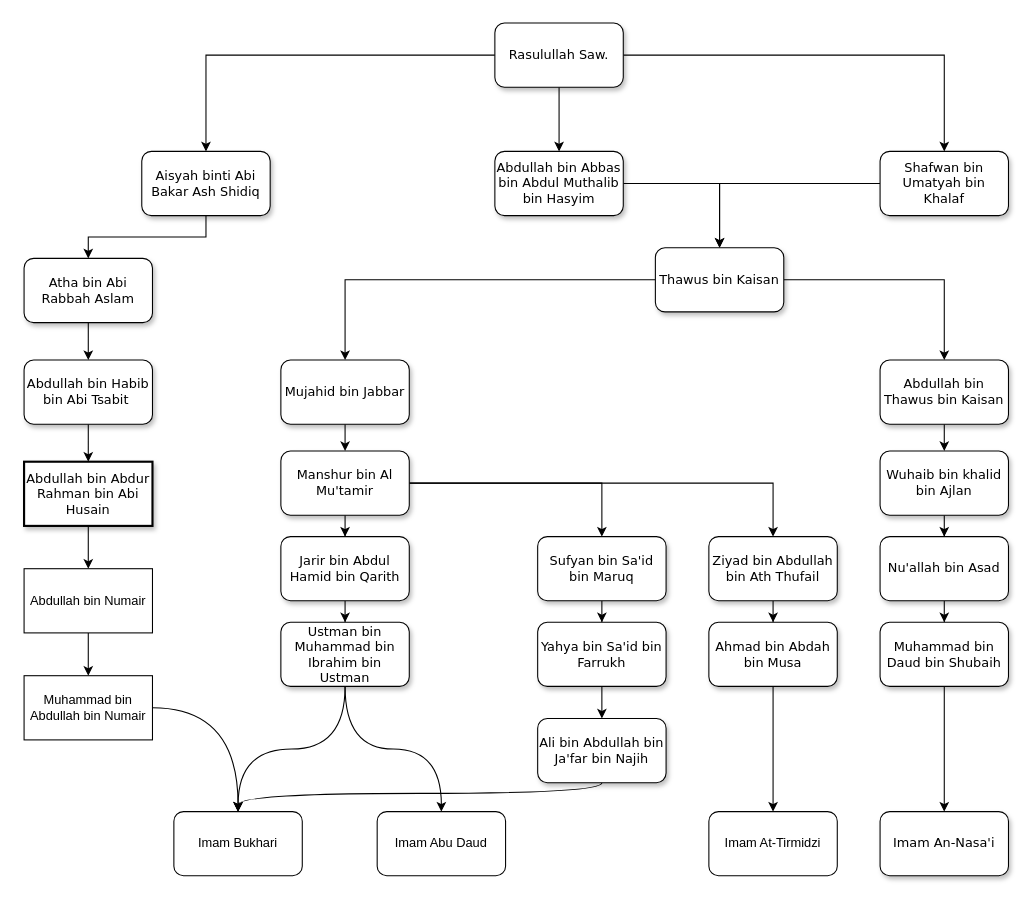
This is Untitled Diagram.drawio from Alfthrpy/Iseng, a draw.io file, before an edit. Source tidied: cells renumbered, new cells numbered last; positions are measured from the earlier drawing's top-left corner, leaving out a move shared by most shapes. Both pictures are drawn from the tidied source at 107%, with x=0, y=0 at pixel (24, 22).
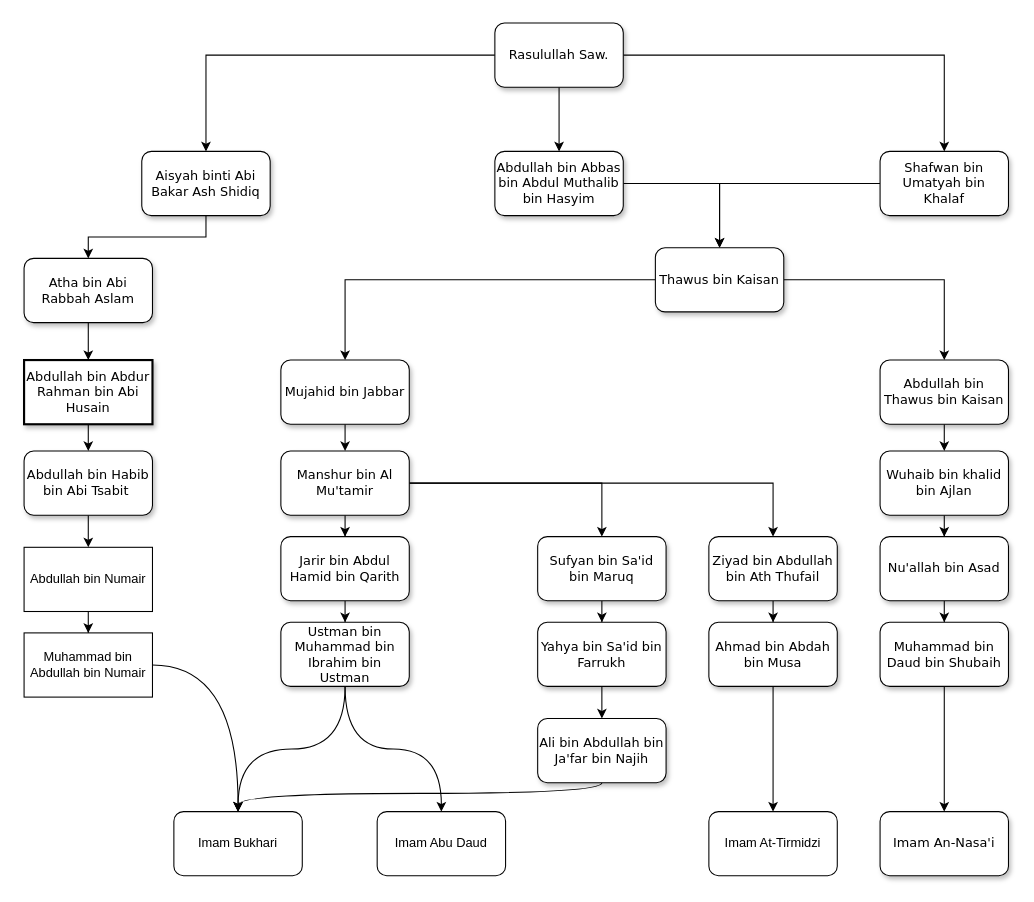
The same diagram, later.

The change refers to these unchanged cells:
```xml
<mxCell id="11" value="Atha bin Abi Rabbah Aslam" style="whiteSpace=wrap;html=1;rounded=1;shadow=1;labelBackgroundColor=none;strokeWidth=1;fontFamily=Verdana;fontSize=12;align=center;" parent="1" vertex="1">
  <mxGeometry y="220" width="120" height="60" as="geometry" />
</mxCell>
```

Diff of the diagram source:
```diff
@@
-    <mxCell id="10" style="edgeStyle=orthogonalEdgeStyle;rounded=0;jettySize=auto;html=1;" parent="1" edge="1" source="11" target="13">
-      <mxGeometry relative="1" as="geometry" />
-    </mxCell>
+    <mxCell id="58" style="edgeStyle=orthogonalEdgeStyle;rounded=0;jettySize=auto;html=1;entryX=0.5;entryY=0;entryDx=0;entryDy=0;" parent="1" edge="1" source="11" target="15">
+      <mxGeometry relative="1" as="geometry" />
+    </mxCell>
@@
-    <mxCell id="12" style="edgeStyle=orthogonalEdgeStyle;rounded=0;jettySize=auto;html=1;entryX=0.5;entryY=0;entryDx=0;entryDy=0;" parent="1" edge="1" source="13" target="15">
-      <mxGeometry relative="1" as="geometry" />
-    </mxCell>
+    <mxCell id="59" style="edgeStyle=orthogonalEdgeStyle;rounded=0;jettySize=auto;html=1;" parent="1" edge="1" source="13" target="17">
+      <mxGeometry relative="1" as="geometry" />
+    </mxCell>
     <mxCell id="13" value="Abdullah bin Habib bin Abi Tsabit&amp;nbsp;" style="whiteSpace=wrap;html=1;rounded=1;shadow=1;labelBackgroundColor=none;strokeWidth=1;fontFamily=Verdana;fontSize=12;align=center;" parent="1" vertex="1">
-      <mxGeometry y="315" width="120" height="60" as="geometry" />
+      <mxGeometry y="400" width="120" height="60" as="geometry" />
     </mxCell>
-    <mxCell id="14" style="edgeStyle=orthogonalEdgeStyle;rounded=0;jettySize=auto;html=1;" parent="1" edge="1" source="15" target="17">
-      <mxGeometry relative="1" as="geometry" />
-    </mxCell>
+    <mxCell id="60" style="edgeStyle=orthogonalEdgeStyle;rounded=0;jettySize=auto;html=1;" parent="1" edge="1" source="15" target="13">
+      <mxGeometry relative="1" as="geometry" />
+    </mxCell>
     <mxCell id="15" value="Abdullah bin Abdur Rahman bin Abi Husain" style="whiteSpace=wrap;html=1;rounded=0;shadow=1;labelBackgroundColor=none;strokeWidth=2;fontFamily=Verdana;fontSize=12;align=center;" parent="1" vertex="1">
-      <mxGeometry y="410" width="120" height="60" as="geometry" />
+      <mxGeometry y="315" width="120" height="60" as="geometry" />
     </mxCell>
@@
     <mxCell id="17" value="Abdullah bin Numair" style="rounded=0;whiteSpace=wrap;html=1;" parent="1" vertex="1">
-      <mxGeometry y="510" width="120" height="60" as="geometry" />
+      <mxGeometry y="490" width="120" height="60" as="geometry" />
     </mxCell>
@@
     <mxCell id="19" value="Muhammad bin Abdullah bin Numair" style="whiteSpace=wrap;html=1;rounded=0;" parent="1" vertex="1">
-      <mxGeometry y="610" width="120" height="60" as="geometry" />
+      <mxGeometry y="570" width="120" height="60" as="geometry" />
     </mxCell>
```
